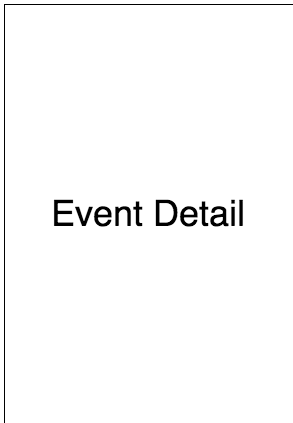
This is docs/wireframes/eventdetail.png from holzru/capstone, a draw.io export, as it was before one commit. Source tidied: cells renumbered, new cells last; positions are measured from the earlier drawing's top-left corner, leaving out a move shared by most shapes.
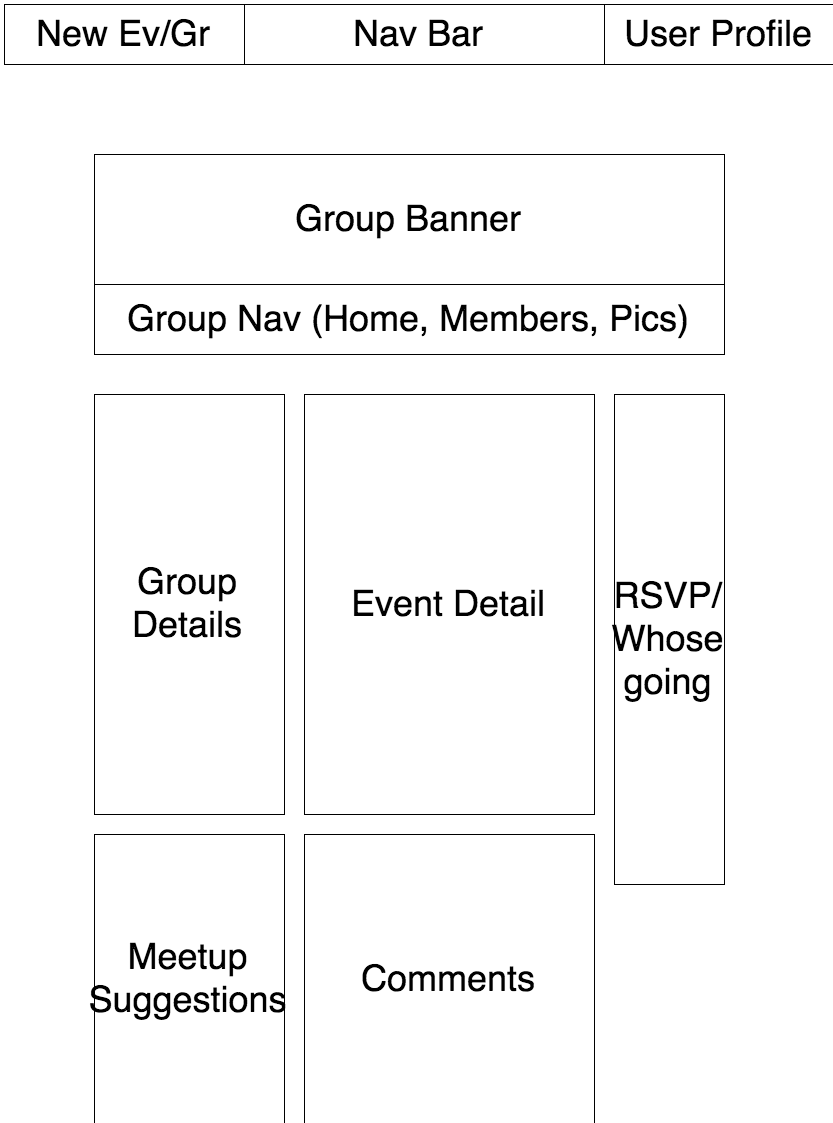
After the change.

Commit message:
forgot some pics

Change to the diagram source:
```diff
@@ -2,8 +2,35 @@
   <root>
     <mxCell id="0" />
     <mxCell id="1" parent="0" />
+    <mxCell id="3" value="Nav Bar" style="whiteSpace=wrap;html=1;fontSize=36;" parent="1" vertex="1">
+      <mxGeometry x="-300" y="-390" width="830" height="60" as="geometry" />
+    </mxCell>
+    <mxCell id="4" value="Group Details" style="whiteSpace=wrap;html=1;fontSize=36;" parent="1" vertex="1">
+      <mxGeometry x="-210" width="190" height="420" as="geometry" />
+    </mxCell>
+    <mxCell id="5" value="Group Banner" style="whiteSpace=wrap;html=1;fontSize=36;" parent="1" vertex="1">
+      <mxGeometry x="-210" y="-240" width="630" height="130" as="geometry" />
+    </mxCell>
+    <mxCell id="6" value="Group Nav (Home, Members, Pics)" style="whiteSpace=wrap;html=1;fontSize=36;" parent="1" vertex="1">
+      <mxGeometry x="-210" y="-110" width="630" height="70" as="geometry" />
+    </mxCell>
+    <mxCell id="7" value="New Ev/Gr" style="whiteSpace=wrap;html=1;fontSize=36;" parent="1" vertex="1">
+      <mxGeometry x="-300" y="-390" width="240" height="60" as="geometry" />
+    </mxCell>
+    <mxCell id="8" value="User Profile" style="whiteSpace=wrap;html=1;fontSize=36;" parent="1" vertex="1">
+      <mxGeometry x="300" y="-390" width="230" height="60" as="geometry" />
+    </mxCell>
+    <mxCell id="9" value="Meetup Suggestions" style="whiteSpace=wrap;html=1;fontSize=36;" parent="1" vertex="1">
+      <mxGeometry x="-210" y="440" width="190" height="290" as="geometry" />
+    </mxCell>
     <mxCell id="2" value="Event Detail" style="whiteSpace=wrap;html=1;fontSize=36;" parent="1" vertex="1">
       <mxGeometry width="290" height="420" as="geometry" />
     </mxCell>
+    <mxCell id="10" value="RSVP/&lt;div&gt;Whose going&lt;/div&gt;" style="whiteSpace=wrap;html=1;fontSize=36;" parent="1" vertex="1">
+      <mxGeometry x="310" width="110" height="490" as="geometry" />
+    </mxCell>
+    <mxCell id="11" value="Comments" style="whiteSpace=wrap;html=1;fontSize=36;" parent="1" vertex="1">
+      <mxGeometry y="440" width="290" height="290" as="geometry" />
+    </mxCell>
   </root>
 </mxGraphModel>
```
